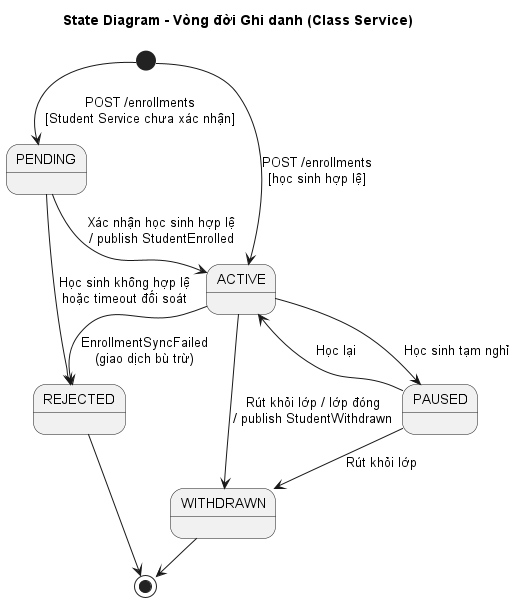
thuanbui-1203/private-tutor-management-system keeps this PlantUML diagram as docs/diagrams/out/09-state-enrollment.png. Above is the earlier version.
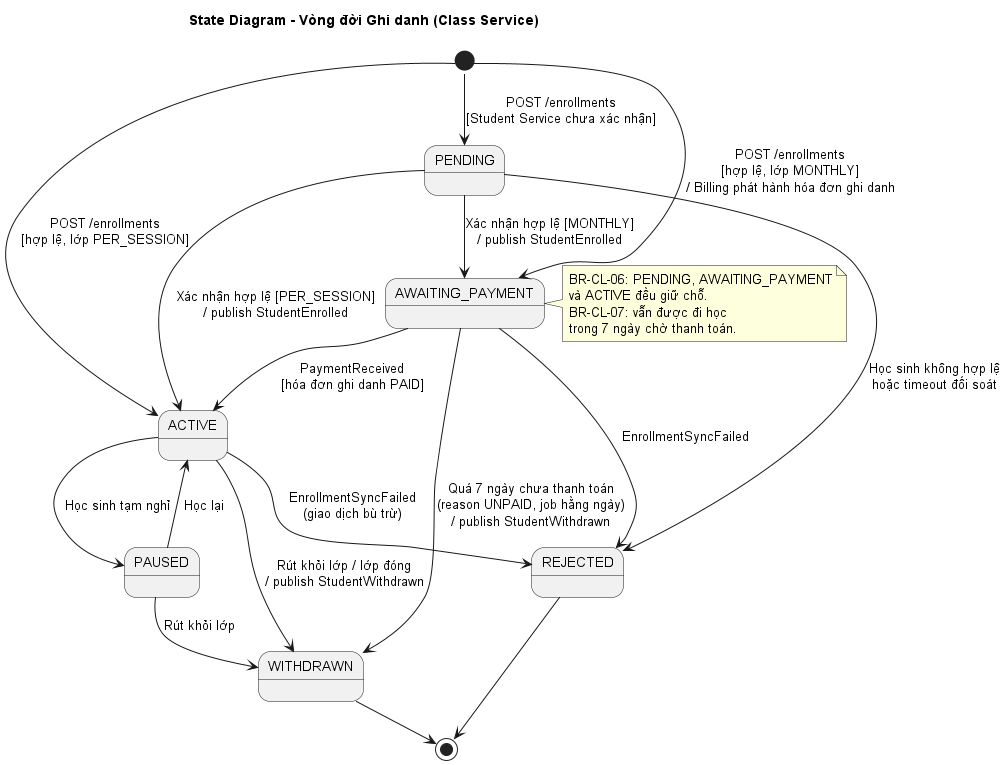
Above is the later version.

Diff of the diagram source:
```diff
@@ -3,10 +3,16 @@
 title State Diagram - Vòng đời Ghi danh (Class Service)
 
 [*] --> PENDING : POST /enrollments\n[Student Service chưa xác nhận]
-[*] --> ACTIVE : POST /enrollments\n[học sinh hợp lệ]
+[*] --> ACTIVE : POST /enrollments\n[hợp lệ, lớp PER_SESSION]
+[*] --> AWAITING_PAYMENT : POST /enrollments\n[hợp lệ, lớp MONTHLY]\n/ Billing phát hành hóa đơn ghi danh
 
-PENDING --> ACTIVE : Xác nhận học sinh hợp lệ\n/ publish StudentEnrolled
+PENDING --> ACTIVE : Xác nhận hợp lệ [PER_SESSION]\n/ publish StudentEnrolled
+PENDING --> AWAITING_PAYMENT : Xác nhận hợp lệ [MONTHLY]\n/ publish StudentEnrolled
 PENDING --> REJECTED : Học sinh không hợp lệ\nhoặc timeout đối soát
+
+AWAITING_PAYMENT --> ACTIVE : PaymentReceived\n[hóa đơn ghi danh PAID]
+AWAITING_PAYMENT --> WITHDRAWN : Quá 7 ngày chưa thanh toán\n(reason UNPAID, job hằng ngày)\n/ publish StudentWithdrawn
+AWAITING_PAYMENT --> REJECTED : EnrollmentSyncFailed
 
 ACTIVE --> PAUSED : Học sinh tạm nghỉ
 PAUSED --> ACTIVE : Học lại
@@ -16,4 +22,11 @@
 
 REJECTED --> [*]
 WITHDRAWN --> [*]
+
+note right of AWAITING_PAYMENT
+  BR-CL-06: PENDING, AWAITING_PAYMENT
+  và ACTIVE đều giữ chỗ.
+  BR-CL-07: vẫn được đi học
+  trong 7 ngày chờ thanh toán.
+end note
 @enduml
```
